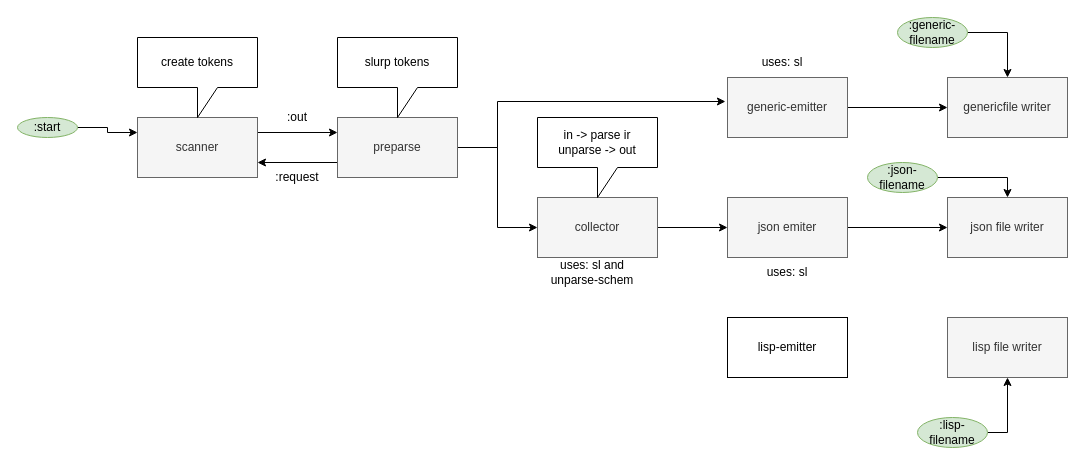
The draw.io diagram page "back end parser internals" (2 of 3) of svg/back-end/back-end.drawio in bmfbp/bmfbp, before the edit. Source tidied: cells renumbered, new cells numbered last; positions are measured from the earlier drawing's top-left corner, leaving out a move shared by most shapes. Both pictures are drawn from the tidied source at 100%, with x=0, y=0 at pixel (17, 17).
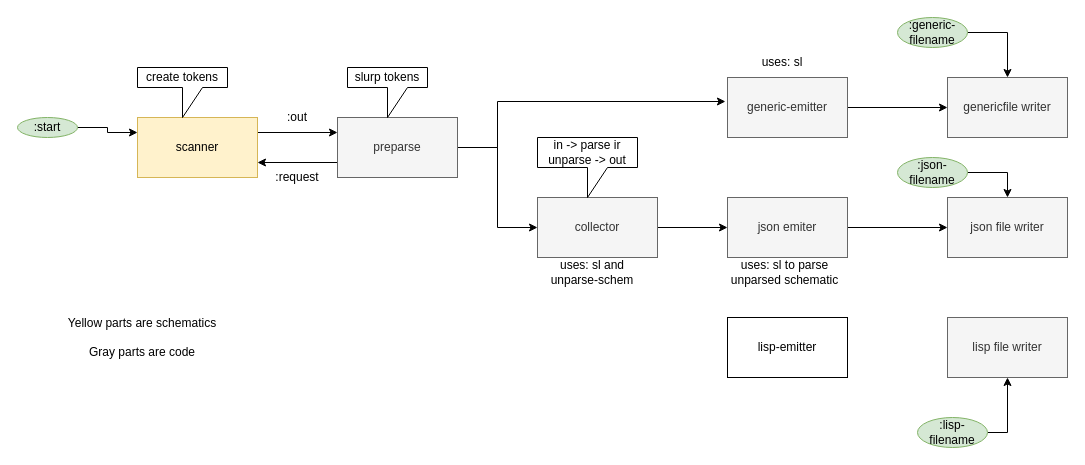
After the change.

Change to the diagram source:
```diff
@@
-    <mxCell id="3" value="scanner" style="rounded=0;whiteSpace=wrap;html=1;fillColor=#f5f5f5;strokeColor=#666666;fontColor=#333333;" parent="1" vertex="1">
+    <mxCell id="3" value="scanner" style="rounded=0;whiteSpace=wrap;html=1;fillColor=#fff2cc;strokeColor=#d6b656;" parent="1" vertex="1">
       <mxGeometry x="120" y="100" width="120" height="60" as="geometry" />
     </mxCell>
@@
     <mxCell id="13" value="create tokens" style="shape=callout;whiteSpace=wrap;html=1;perimeter=calloutPerimeter;" parent="1" vertex="1">
-      <mxGeometry x="120" y="20" width="120" height="80" as="geometry" />
+      <mxGeometry x="120" y="50" width="90" height="50" as="geometry" />
     </mxCell>
     <mxCell id="14" value="slurp tokens" style="shape=callout;whiteSpace=wrap;html=1;perimeter=calloutPerimeter;" parent="1" vertex="1">
-      <mxGeometry x="320" y="20" width="120" height="80" as="geometry" />
+      <mxGeometry x="330" y="50" width="80" height="50" as="geometry" />
     </mxCell>
@@
     <mxCell id="16" value="in -&amp;gt; parse ir&lt;br&gt;unparse -&amp;gt; out" style="shape=callout;whiteSpace=wrap;html=1;perimeter=calloutPerimeter;" parent="1" vertex="1">
-      <mxGeometry x="520" y="100" width="120" height="80" as="geometry" />
+      <mxGeometry x="520" y="120" width="100" height="60" as="geometry" />
     </mxCell>
@@
     <mxCell id="24" value=":json-filename" style="ellipse;whiteSpace=wrap;html=1;fillColor=#d5e8d4;strokeColor=#82b366;" parent="1" vertex="1">
-      <mxGeometry x="850" y="145" width="70" height="30" as="geometry" />
+      <mxGeometry x="880" y="140" width="70" height="30" as="geometry" />
     </mxCell>
@@
-    <mxCell id="33" value="uses: sl" style="text;html=1;strokeColor=none;fillColor=none;align=center;verticalAlign=middle;whiteSpace=wrap;rounded=0;" parent="1" vertex="1">
-      <mxGeometry x="715" y="240" width="110" height="30" as="geometry" />
+    <mxCell id="33" value="uses: sl to parse unparsed schematic" style="text;html=1;strokeColor=none;fillColor=none;align=center;verticalAlign=middle;whiteSpace=wrap;rounded=0;" parent="1" vertex="1">
+      <mxGeometry x="705" y="240" width="125" height="30" as="geometry" />
     </mxCell>
+    <mxCell id="34" value="Yellow parts are schematics&lt;br&gt;&lt;br&gt;Gray parts are code" style="text;html=1;strokeColor=none;fillColor=none;align=center;verticalAlign=middle;whiteSpace=wrap;rounded=0;" parent="1" vertex="1">
+      <mxGeometry x="40" y="290" width="170" height="60" as="geometry" />
+    </mxCell>
```
